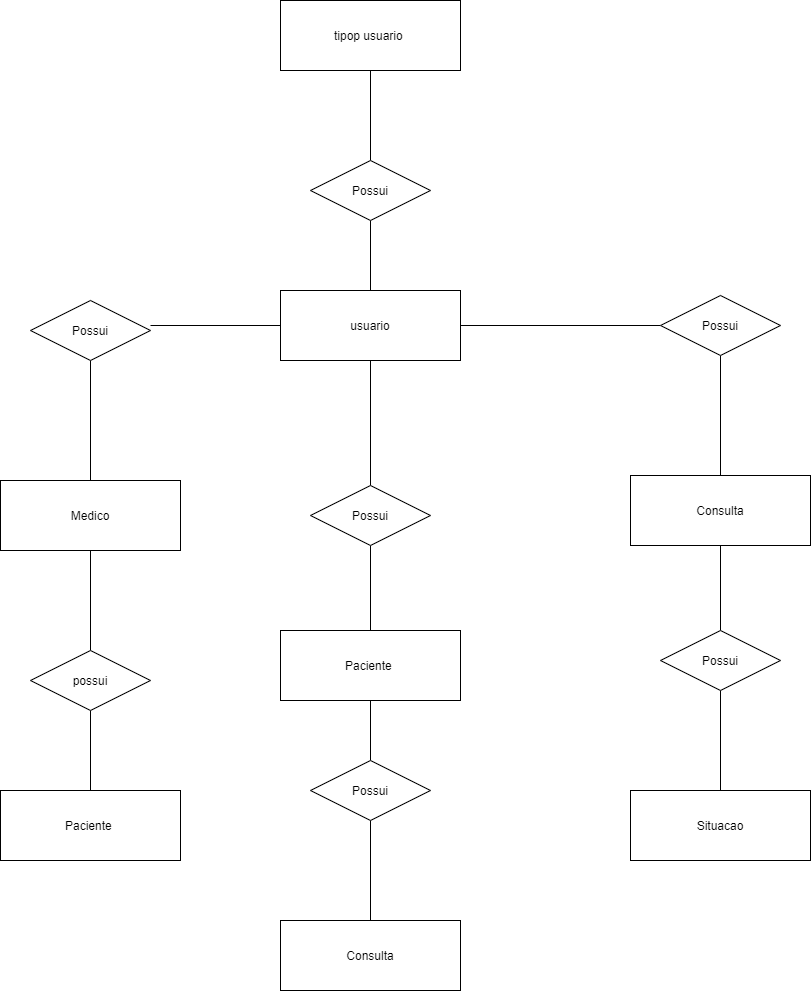
Ananogueira1/Projeto-SP-Med-Group keeps this draw.io diagram as Drawio Conceitual/Projeto-SP-Med-Group-Conceitual.png. Above is the earlier version. Source tidied: cells renumbered, new cells last; positions are measured from the earlier drawing's top-left corner, leaving out a move shared by most shapes.
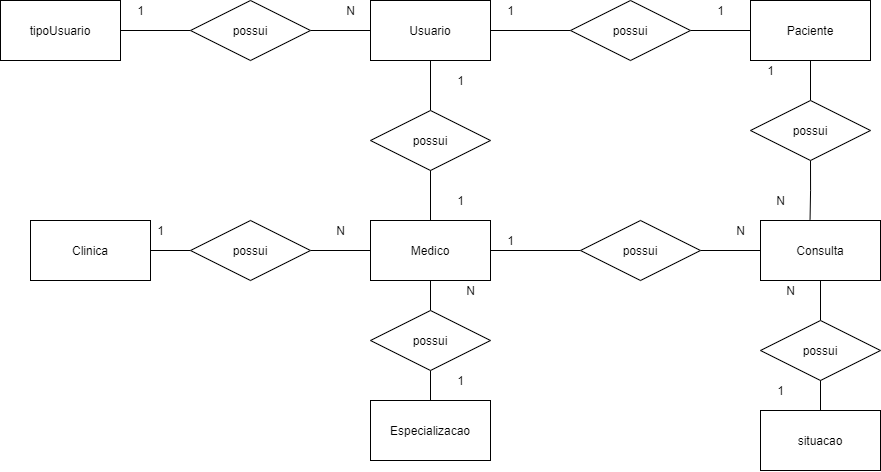
The same diagram one commit later.

What changed in the source:
```diff
@@ -2,100 +2,149 @@
   <root>
     <mxCell id="0" />
     <mxCell id="1" parent="0" />
-    <mxCell id="2" style="edgeStyle=orthogonalEdgeStyle;rounded=0;jettySize=auto;html=1;endArrow=none;endFill=0;" parent="1" edge="1" source="3" target="5">
-      <mxGeometry relative="1" as="geometry" />
-    </mxCell>
-    <mxCell id="3" value="tipop usuario&amp;nbsp;" style="whiteSpace=wrap;html=1;align=center;" parent="1" vertex="1">
-      <mxGeometry x="280" width="180" height="70" as="geometry" />
-    </mxCell>
-    <mxCell id="4" style="edgeStyle=orthogonalEdgeStyle;rounded=0;jettySize=auto;html=1;endArrow=none;endFill=0;" parent="1" edge="1" source="5" target="9">
-      <mxGeometry relative="1" as="geometry" />
-    </mxCell>
-    <mxCell id="5" value="Possui" style="shape=rhombus;perimeter=rhombusPerimeter;whiteSpace=wrap;html=1;align=center;" parent="1" vertex="1">
-      <mxGeometry x="310" y="160" width="120" height="60" as="geometry" />
-    </mxCell>
-    <mxCell id="6" style="edgeStyle=orthogonalEdgeStyle;rounded=0;jettySize=auto;html=1;endArrow=none;endFill=0;" parent="1" edge="1" source="9">
-      <mxGeometry relative="1" as="geometry">
-        <mxPoint x="150" y="325" as="targetPoint" />
-      </mxGeometry>
-    </mxCell>
-    <mxCell id="7" style="edgeStyle=orthogonalEdgeStyle;rounded=0;jettySize=auto;html=1;endArrow=none;endFill=0;" parent="1" edge="1" source="9" target="17">
-      <mxGeometry relative="1" as="geometry" />
-    </mxCell>
-    <mxCell id="8" style="edgeStyle=orthogonalEdgeStyle;rounded=0;jettySize=auto;html=1;endArrow=none;endFill=0;entryX=0;entryY=0.5;entryDx=0;entryDy=0;" parent="1" edge="1" source="9" target="13">
-      <mxGeometry relative="1" as="geometry" />
-    </mxCell>
-    <mxCell id="9" value="usuario" style="whiteSpace=wrap;html=1;align=center;" parent="1" vertex="1">
-      <mxGeometry x="280" y="290" width="180" height="70" as="geometry" />
-    </mxCell>
-    <mxCell id="10" style="edgeStyle=orthogonalEdgeStyle;rounded=0;jettySize=auto;html=1;entryX=0.5;entryY=0;entryDx=0;entryDy=0;endArrow=none;endFill=0;" parent="1" edge="1" source="11" target="15">
-      <mxGeometry relative="1" as="geometry" />
-    </mxCell>
-    <mxCell id="11" value="Possui" style="shape=rhombus;perimeter=rhombusPerimeter;whiteSpace=wrap;html=1;align=center;" parent="1" vertex="1">
-      <mxGeometry x="30" y="300" width="120" height="60" as="geometry" />
-    </mxCell>
-    <mxCell id="12" style="edgeStyle=orthogonalEdgeStyle;rounded=0;jettySize=auto;html=1;entryX=0.5;entryY=0;entryDx=0;entryDy=0;endArrow=none;endFill=0;" parent="1" edge="1" source="13" target="25">
-      <mxGeometry relative="1" as="geometry" />
-    </mxCell>
-    <mxCell id="13" value="Possui" style="shape=rhombus;perimeter=rhombusPerimeter;whiteSpace=wrap;html=1;align=center;" parent="1" vertex="1">
-      <mxGeometry x="660" y="295" width="120" height="60" as="geometry" />
-    </mxCell>
-    <mxCell id="14" style="edgeStyle=orthogonalEdgeStyle;rounded=0;jettySize=auto;html=1;endArrow=none;endFill=0;" parent="1" edge="1" source="15" target="22">
-      <mxGeometry relative="1" as="geometry" />
-    </mxCell>
+    <mxCell id="32" style="edgeStyle=orthogonalEdgeStyle;rounded=0;jettySize=auto;html=1;exitX=1;exitY=0.5;exitDx=0;exitDy=0;entryX=0;entryY=0.5;entryDx=0;entryDy=0;endArrow=none;endFill=0;" parent="1" edge="1" source="33" target="35">
+      <mxGeometry relative="1" as="geometry" />
+    </mxCell>
+    <mxCell id="33" value="tipoUsuario" style="rounded=0;whiteSpace=wrap;html=1;" parent="1" vertex="1">
+      <mxGeometry x="-370" y="260" width="120" height="60" as="geometry" />
+    </mxCell>
+    <mxCell id="34" style="edgeStyle=orthogonalEdgeStyle;rounded=0;jettySize=auto;html=1;exitX=1;exitY=0.5;exitDx=0;exitDy=0;entryX=0;entryY=0.5;entryDx=0;entryDy=0;endArrow=none;endFill=0;" parent="1" edge="1" source="35" target="37">
+      <mxGeometry relative="1" as="geometry" />
+    </mxCell>
+    <mxCell id="35" value="possui" style="shape=rhombus;perimeter=rhombusPerimeter;whiteSpace=wrap;html=1;align=center;" parent="1" vertex="1">
+      <mxGeometry x="-180" y="260" width="120" height="60" as="geometry" />
+    </mxCell>
+    <mxCell id="36" style="edgeStyle=orthogonalEdgeStyle;rounded=0;jettySize=auto;html=1;exitX=0.5;exitY=1;exitDx=0;exitDy=0;entryX=0.5;entryY=0;entryDx=0;entryDy=0;endArrow=none;endFill=0;" parent="1" edge="1" source="37" target="45">
+      <mxGeometry relative="1" as="geometry" />
+    </mxCell>
+    <mxCell id="37" value="Usuario" style="rounded=0;whiteSpace=wrap;html=1;" parent="1" vertex="1">
+      <mxGeometry y="260" width="120" height="60" as="geometry" />
+    </mxCell>
+    <mxCell id="38" value="Paciente" style="rounded=0;whiteSpace=wrap;html=1;" parent="1" vertex="1">
+      <mxGeometry x="380" y="260" width="120" height="60" as="geometry" />
+    </mxCell>
+    <mxCell id="39" style="edgeStyle=orthogonalEdgeStyle;rounded=0;jettySize=auto;html=1;exitX=0;exitY=0.5;exitDx=0;exitDy=0;entryX=1;entryY=0.5;entryDx=0;entryDy=0;endArrow=none;endFill=0;" parent="1" edge="1" source="41" target="37">
+      <mxGeometry relative="1" as="geometry" />
+    </mxCell>
+    <mxCell id="40" style="edgeStyle=orthogonalEdgeStyle;rounded=0;jettySize=auto;html=1;exitX=1;exitY=0.5;exitDx=0;exitDy=0;entryX=0;entryY=0.5;entryDx=0;entryDy=0;endArrow=none;endFill=0;" parent="1" edge="1" source="41" target="38">
+      <mxGeometry relative="1" as="geometry" />
+    </mxCell>
+    <mxCell id="41" value="possui" style="shape=rhombus;perimeter=rhombusPerimeter;whiteSpace=wrap;html=1;align=center;" parent="1" vertex="1">
+      <mxGeometry x="200" y="260" width="120" height="60" as="geometry" />
+    </mxCell>
+    <mxCell id="42" style="edgeStyle=orthogonalEdgeStyle;rounded=0;jettySize=auto;html=1;exitX=1;exitY=0.5;exitDx=0;exitDy=0;endArrow=none;endFill=0;" parent="1" edge="1" source="15" target="48">
+      <mxGeometry relative="1" as="geometry" />
+    </mxCell>
+    <mxCell id="43" style="edgeStyle=orthogonalEdgeStyle;rounded=0;jettySize=auto;html=1;exitX=0.5;exitY=1;exitDx=0;exitDy=0;entryX=0.5;entryY=0;entryDx=0;entryDy=0;endArrow=none;endFill=0;" parent="1" edge="1" source="15" target="62">
+      <mxGeometry relative="1" as="geometry" />
+    </mxCell>
-    <mxCell id="15" value="Medico" style="whiteSpace=wrap;html=1;align=center;" parent="1" vertex="1">
-      <mxGeometry y="480" width="180" height="70" as="geometry" />
+    <mxCell id="15" value="Medico" style="rounded=0;whiteSpace=wrap;html=1;" parent="1" vertex="1">
+      <mxGeometry y="480" width="120" height="60" as="geometry" />
     </mxCell>
-    <mxCell id="16" style="edgeStyle=orthogonalEdgeStyle;rounded=0;jettySize=auto;html=1;endArrow=none;endFill=0;" parent="1" edge="1" source="17" target="19">
-      <mxGeometry relative="1" as="geometry" />
-    </mxCell>
-    <mxCell id="17" value="Possui" style="shape=rhombus;perimeter=rhombusPerimeter;whiteSpace=wrap;html=1;align=center;" parent="1" vertex="1">
-      <mxGeometry x="310" y="485" width="120" height="60" as="geometry" />
-    </mxCell>
-    <mxCell id="18" style="edgeStyle=orthogonalEdgeStyle;rounded=0;jettySize=auto;html=1;endArrow=none;endFill=0;" parent="1" edge="1" source="19" target="28">
-      <mxGeometry relative="1" as="geometry" />
-    </mxCell>
-    <mxCell id="19" value="Paciente&amp;nbsp;" style="whiteSpace=wrap;html=1;align=center;" parent="1" vertex="1">
-      <mxGeometry x="280" y="630" width="180" height="70" as="geometry" />
-    </mxCell>
-    <mxCell id="20" style="edgeStyle=orthogonalEdgeStyle;rounded=0;orthogonalLoop=1;jettySize=auto;html=1;" parent="1" edge="1">
-      <mxGeometry relative="1" as="geometry">
-        <mxPoint x="630" y="360" as="sourcePoint" />
-        <mxPoint x="630" y="360" as="targetPoint" />
-      </mxGeometry>
-    </mxCell>
-    <mxCell id="21" style="edgeStyle=orthogonalEdgeStyle;rounded=0;jettySize=auto;html=1;endArrow=none;endFill=0;" parent="1" edge="1" source="22" target="23">
-      <mxGeometry relative="1" as="geometry" />
-    </mxCell>
-    <mxCell id="22" value="possui" style="shape=rhombus;perimeter=rhombusPerimeter;whiteSpace=wrap;html=1;align=center;" parent="1" vertex="1">
-      <mxGeometry x="30" y="650" width="120" height="60" as="geometry" />
-    </mxCell>
-    <mxCell id="23" value="Paciente&amp;nbsp;" style="whiteSpace=wrap;html=1;align=center;" parent="1" vertex="1">
-      <mxGeometry y="790" width="180" height="70" as="geometry" />
-    </mxCell>
-    <mxCell id="24" style="edgeStyle=orthogonalEdgeStyle;rounded=0;jettySize=auto;html=1;endArrow=none;endFill=0;" parent="1" edge="1" source="25" target="31">
-      <mxGeometry relative="1" as="geometry" />
-    </mxCell>
-    <mxCell id="25" value="Consulta" style="whiteSpace=wrap;html=1;align=center;" parent="1" vertex="1">
-      <mxGeometry x="630" y="475" width="180" height="70" as="geometry" />
-    </mxCell>
-    <mxCell id="26" value="Consulta" style="whiteSpace=wrap;html=1;align=center;" parent="1" vertex="1">
-      <mxGeometry x="280" y="920" width="180" height="70" as="geometry" />
-    </mxCell>
-    <mxCell id="27" style="edgeStyle=orthogonalEdgeStyle;rounded=0;jettySize=auto;html=1;endArrow=none;endFill=0;" parent="1" edge="1" source="28" target="26">
-      <mxGeometry relative="1" as="geometry" />
-    </mxCell>
-    <mxCell id="28" value="Possui" style="shape=rhombus;perimeter=rhombusPerimeter;whiteSpace=wrap;html=1;align=center;" parent="1" vertex="1">
-      <mxGeometry x="310" y="760" width="120" height="60" as="geometry" />
-    </mxCell>
-    <mxCell id="29" value="Situacao" style="whiteSpace=wrap;html=1;align=center;" parent="1" vertex="1">
-      <mxGeometry x="630" y="790" width="180" height="70" as="geometry" />
-    </mxCell>
-    <mxCell id="30" style="edgeStyle=orthogonalEdgeStyle;rounded=0;jettySize=auto;html=1;endArrow=none;endFill=0;" parent="1" edge="1" source="31" target="29">
-      <mxGeometry relative="1" as="geometry" />
-    </mxCell>
-    <mxCell id="31" value="Possui" style="shape=rhombus;perimeter=rhombusPerimeter;whiteSpace=wrap;html=1;align=center;" parent="1" vertex="1">
-      <mxGeometry x="660" y="630" width="120" height="60" as="geometry" />
-    </mxCell>
+    <mxCell id="44" style="edgeStyle=orthogonalEdgeStyle;rounded=0;jettySize=auto;html=1;exitX=0.5;exitY=1;exitDx=0;exitDy=0;entryX=0.5;entryY=0;entryDx=0;entryDy=0;endArrow=none;endFill=0;" parent="1" edge="1" source="45" target="15">
+      <mxGeometry relative="1" as="geometry" />
+    </mxCell>
+    <mxCell id="45" value="possui" style="shape=rhombus;perimeter=rhombusPerimeter;whiteSpace=wrap;html=1;align=center;" parent="1" vertex="1">
+      <mxGeometry y="370" width="120" height="60" as="geometry" />
+    </mxCell>
+    <mxCell id="46" value="Consulta" style="rounded=0;whiteSpace=wrap;html=1;" parent="1" vertex="1">
+      <mxGeometry x="390" y="480" width="120" height="60" as="geometry" />
+    </mxCell>
+    <mxCell id="47" style="edgeStyle=orthogonalEdgeStyle;rounded=0;jettySize=auto;html=1;exitX=1;exitY=0.5;exitDx=0;exitDy=0;entryX=0;entryY=0.5;entryDx=0;entryDy=0;endArrow=none;endFill=0;" parent="1" edge="1" source="48" target="46">
+      <mxGeometry relative="1" as="geometry" />
+    </mxCell>
+    <mxCell id="48" value="possui" style="shape=rhombus;perimeter=rhombusPerimeter;whiteSpace=wrap;html=1;align=center;" parent="1" vertex="1">
+      <mxGeometry x="210" y="480" width="120" height="60" as="geometry" />
+    </mxCell>
+    <mxCell id="49" style="edgeStyle=orthogonalEdgeStyle;rounded=0;jettySize=auto;html=1;exitX=0.5;exitY=1;exitDx=0;exitDy=0;entryX=0.413;entryY=-0.017;entryDx=0;entryDy=0;entryPerimeter=0;endArrow=none;endFill=0;" parent="1" edge="1" source="51" target="46">
+      <mxGeometry relative="1" as="geometry" />
+    </mxCell>
+    <mxCell id="50" style="edgeStyle=orthogonalEdgeStyle;rounded=0;jettySize=auto;html=1;exitX=0.5;exitY=0;exitDx=0;exitDy=0;entryX=0.5;entryY=1;entryDx=0;entryDy=0;endArrow=none;endFill=0;" parent="1" edge="1" source="51" target="38">
+      <mxGeometry relative="1" as="geometry" />
+    </mxCell>
+    <mxCell id="51" value="possui" style="shape=rhombus;perimeter=rhombusPerimeter;whiteSpace=wrap;html=1;align=center;" parent="1" vertex="1">
+      <mxGeometry x="380" y="360" width="120" height="60" as="geometry" />
+    </mxCell>
+    <mxCell id="52" value="situacao" style="rounded=0;whiteSpace=wrap;html=1;" parent="1" vertex="1">
+      <mxGeometry x="390" y="670" width="120" height="60" as="geometry" />
+    </mxCell>
+    <mxCell id="53" style="edgeStyle=orthogonalEdgeStyle;rounded=0;jettySize=auto;html=1;exitX=0.5;exitY=0;exitDx=0;exitDy=0;entryX=0.5;entryY=1;entryDx=0;entryDy=0;endArrow=none;endFill=0;" parent="1" edge="1" source="55" target="46">
+      <mxGeometry relative="1" as="geometry" />
+    </mxCell>
+    <mxCell id="54" style="edgeStyle=orthogonalEdgeStyle;rounded=0;jettySize=auto;html=1;exitX=0.5;exitY=1;exitDx=0;exitDy=0;entryX=0.5;entryY=0;entryDx=0;entryDy=0;endArrow=none;endFill=0;" parent="1" edge="1" source="55" target="52">
+      <mxGeometry relative="1" as="geometry" />
+    </mxCell>
+    <mxCell id="55" value="possui" style="shape=rhombus;perimeter=rhombusPerimeter;whiteSpace=wrap;html=1;align=center;" parent="1" vertex="1">
+      <mxGeometry x="390" y="580" width="120" height="60" as="geometry" />
+    </mxCell>
+    <mxCell id="56" style="edgeStyle=orthogonalEdgeStyle;rounded=0;jettySize=auto;html=1;exitX=1;exitY=0.5;exitDx=0;exitDy=0;entryX=0;entryY=0.5;entryDx=0;entryDy=0;endArrow=none;endFill=0;" parent="1" edge="1" source="57" target="59">
+      <mxGeometry relative="1" as="geometry" />
+    </mxCell>
+    <mxCell id="57" value="Clinica" style="rounded=0;whiteSpace=wrap;html=1;" parent="1" vertex="1">
+      <mxGeometry x="-340" y="480" width="120" height="60" as="geometry" />
+    </mxCell>
+    <mxCell id="58" style="edgeStyle=orthogonalEdgeStyle;rounded=0;jettySize=auto;html=1;exitX=1;exitY=0.5;exitDx=0;exitDy=0;endArrow=none;endFill=0;" parent="1" edge="1" source="59" target="15">
+      <mxGeometry relative="1" as="geometry" />
+    </mxCell>
+    <mxCell id="59" value="possui" style="shape=rhombus;perimeter=rhombusPerimeter;whiteSpace=wrap;html=1;align=center;" parent="1" vertex="1">
+      <mxGeometry x="-180" y="480" width="120" height="60" as="geometry" />
+    </mxCell>
+    <mxCell id="60" value="Especializacao" style="rounded=0;whiteSpace=wrap;html=1;" parent="1" vertex="1">
+      <mxGeometry y="660" width="120" height="60" as="geometry" />
+    </mxCell>
+    <mxCell id="61" style="edgeStyle=orthogonalEdgeStyle;rounded=0;jettySize=auto;html=1;exitX=0.5;exitY=1;exitDx=0;exitDy=0;entryX=0.5;entryY=0;entryDx=0;entryDy=0;endArrow=none;endFill=0;" parent="1" edge="1" source="62" target="60">
+      <mxGeometry relative="1" as="geometry" />
+    </mxCell>
+    <mxCell id="62" value="possui" style="shape=rhombus;perimeter=rhombusPerimeter;whiteSpace=wrap;html=1;align=center;" parent="1" vertex="1">
+      <mxGeometry y="570" width="120" height="60" as="geometry" />
+    </mxCell>
+    <mxCell id="63" value="1" style="text;html=1;align=center;verticalAlign=middle;strokeColor=none;" parent="1" vertex="1">
+      <mxGeometry x="-240" y="260" width="20" height="20" as="geometry" />
+    </mxCell>
+    <mxCell id="64" value="N" style="text;html=1;align=center;verticalAlign=middle;strokeColor=none;" parent="1" vertex="1">
+      <mxGeometry x="-30" y="260" width="20" height="20" as="geometry" />
+    </mxCell>
+    <mxCell id="65" value="1" style="text;html=1;align=center;verticalAlign=middle;strokeColor=none;" parent="1" vertex="1">
+      <mxGeometry x="130" y="260" width="20" height="20" as="geometry" />
+    </mxCell>
+    <mxCell id="66" value="1" style="text;html=1;align=center;verticalAlign=middle;strokeColor=none;" parent="1" vertex="1">
+      <mxGeometry x="340" y="260" width="20" height="20" as="geometry" />
+    </mxCell>
+    <mxCell id="67" value="1" style="text;html=1;align=center;verticalAlign=middle;strokeColor=none;" parent="1" vertex="1">
+      <mxGeometry x="80" y="330" width="20" height="20" as="geometry" />
+    </mxCell>
+    <mxCell id="68" value="1" style="text;html=1;align=center;verticalAlign=middle;strokeColor=none;" parent="1" vertex="1">
+      <mxGeometry x="80" y="450" width="20" height="20" as="geometry" />
+    </mxCell>
+    <mxCell id="69" value="1" style="text;html=1;align=center;verticalAlign=middle;strokeColor=none;" parent="1" vertex="1">
+      <mxGeometry x="390" y="320" width="20" height="20" as="geometry" />
+    </mxCell>
+    <mxCell id="70" value="N" style="text;html=1;align=center;verticalAlign=middle;strokeColor=none;" parent="1" vertex="1">
+      <mxGeometry x="400" y="450" width="20" height="20" as="geometry" />
+    </mxCell>
+    <mxCell id="71" value="1" style="text;html=1;align=center;verticalAlign=middle;strokeColor=none;" parent="1" vertex="1">
+      <mxGeometry x="130" y="490" width="20" height="20" as="geometry" />
+    </mxCell>
+    <mxCell id="72" value="N" style="text;html=1;align=center;verticalAlign=middle;strokeColor=none;" parent="1" vertex="1">
+      <mxGeometry x="360" y="480" width="20" height="20" as="geometry" />
+    </mxCell>
+    <mxCell id="73" value="1" style="text;html=1;align=center;verticalAlign=middle;strokeColor=none;" parent="1" vertex="1">
+      <mxGeometry x="400" y="640" width="20" height="20" as="geometry" />
+    </mxCell>
+    <mxCell id="74" value="N" style="text;html=1;align=center;verticalAlign=middle;strokeColor=none;" parent="1" vertex="1">
+      <mxGeometry x="410" y="540" width="20" height="20" as="geometry" />
+    </mxCell>
+    <mxCell id="75" value="N" style="text;html=1;align=center;verticalAlign=middle;strokeColor=none;" parent="1" vertex="1">
+      <mxGeometry x="90" y="540" width="20" height="20" as="geometry" />
+    </mxCell>
+    <mxCell id="76" value="1" style="text;html=1;align=center;verticalAlign=middle;strokeColor=none;" parent="1" vertex="1">
+      <mxGeometry x="80" y="630" width="20" height="20" as="geometry" />
+    </mxCell>
+    <mxCell id="77" value="1" style="text;html=1;align=center;verticalAlign=middle;strokeColor=none;" parent="1" vertex="1">
+      <mxGeometry x="-220" y="480" width="20" height="20" as="geometry" />
+    </mxCell>
+    <mxCell id="78" value="N" style="text;html=1;align=center;verticalAlign=middle;strokeColor=none;" parent="1" vertex="1">
+      <mxGeometry x="-40" y="480" width="20" height="20" as="geometry" />
+    </mxCell>
   </root>
 </mxGraphModel>
```
